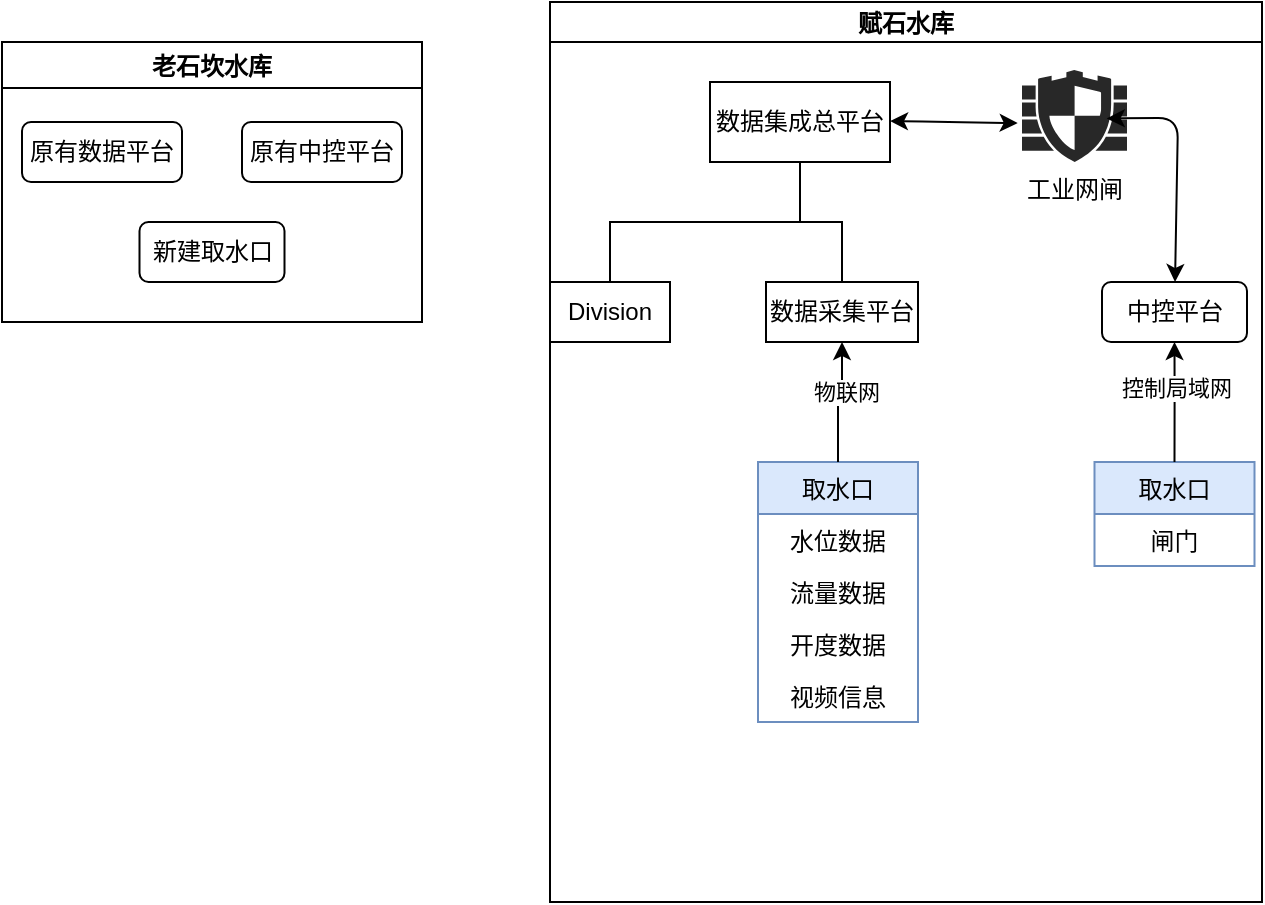
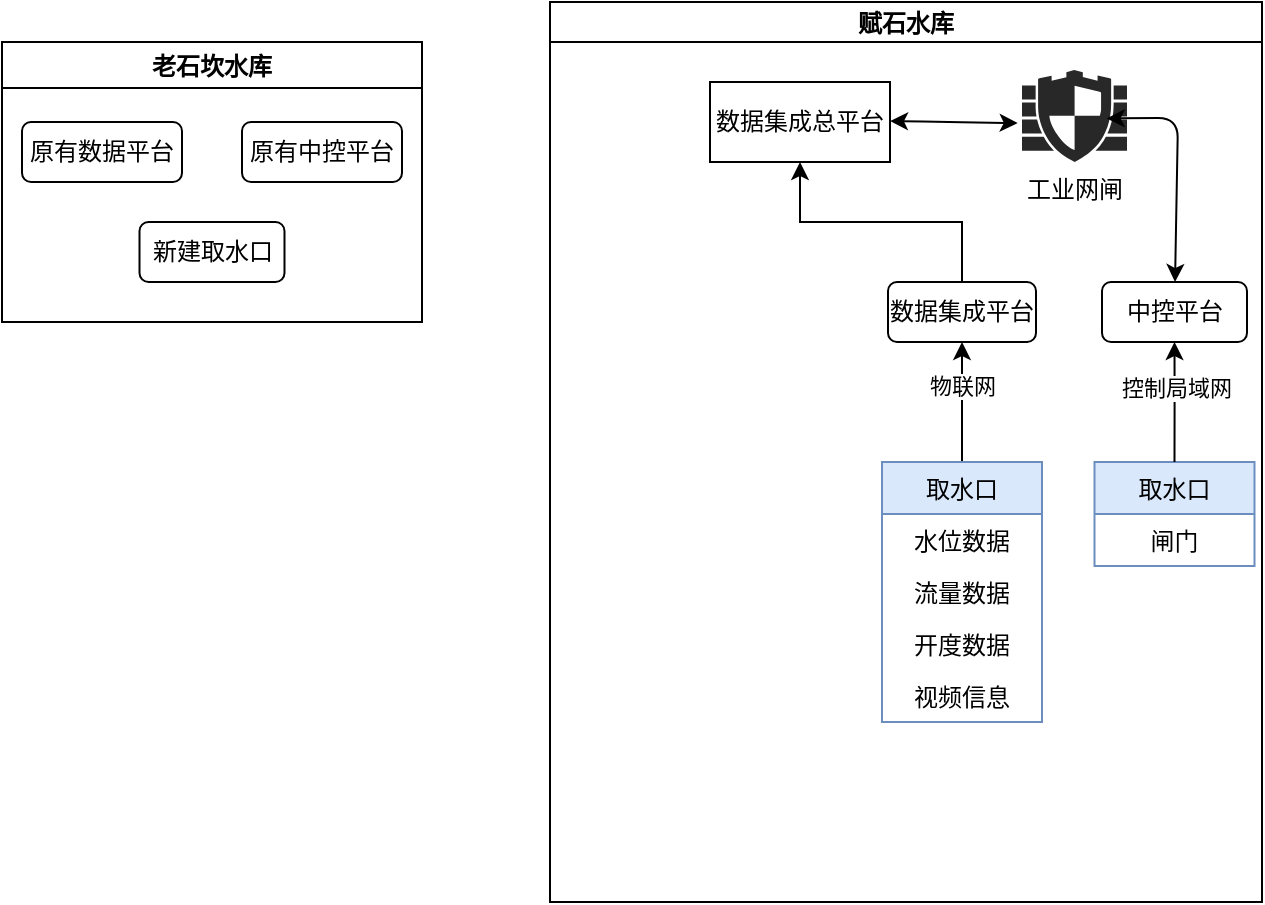
- <mxfile host="app.diagrams.net" modified="2021-09-18T03:13:47.530Z" agent="5.0 (Windows NT 10.0; Win64; x64) AppleWebKit/537.36 (KHTML, like Gecko) Chrome/93.0.4577.82 Safari/537.36 Edg/93.0.961.52" etag="7SJdVoykowonasFxKo0p" version="14.8.0" type="github">
+ <mxfile host="app.diagrams.net" modified="2021-09-18T03:16:21.581Z" agent="5.0 (Windows NT 10.0; Win64; x64) AppleWebKit/537.36 (KHTML, like Gecko) Chrome/93.0.4577.82 Safari/537.36 Edg/93.0.961.52" etag="CAoy0E7nlcjmJ-DG30kB" version="14.8.0" type="github">
  <diagram id="v89iMYd2DjBNGdAJLiYk" name="Page-1">
-     <mxGraphModel dx="920" dy="513" grid="1" gridSize="10" guides="1" tooltips="1" connect="1" arrows="1" fold="1" page="1" pageScale="1" pageWidth="827" pageHeight="1169" math="0" shadow="0">
+     <mxGraphModel dx="652" dy="363" grid="1" gridSize="10" guides="1" tooltips="1" connect="1" arrows="1" fold="1" page="1" pageScale="1" pageWidth="827" pageHeight="1169" math="0" shadow="0">
      <root>
        <mxCell id="0" />
        <mxCell id="1" parent="0" />
        <mxCell id="1meufm5pPCAuNKvldUBH-1" value="老石坎水库" style="swimlane;" parent="1" vertex="1">
          <mxGeometry x="140" y="150" width="210" height="140" as="geometry" />
        </mxCell>
        <mxCell id="1meufm5pPCAuNKvldUBH-3" value="原有数据平台" style="rounded=1;whiteSpace=wrap;html=1;" parent="1meufm5pPCAuNKvldUBH-1" vertex="1">
          <mxGeometry x="10" y="40" width="80" height="30" as="geometry" />
        </mxCell>
        <mxCell id="1meufm5pPCAuNKvldUBH-4" value="原有中控平台" style="rounded=1;whiteSpace=wrap;html=1;" parent="1meufm5pPCAuNKvldUBH-1" vertex="1">
          <mxGeometry x="120" y="40" width="80" height="30" as="geometry" />
        </mxCell>
        <mxCell id="1meufm5pPCAuNKvldUBH-5" value="新建取水口" style="rounded=1;whiteSpace=wrap;html=1;" parent="1meufm5pPCAuNKvldUBH-1" vertex="1">
          <mxGeometry x="68.75" y="90" width="72.5" height="30" as="geometry" />
        </mxCell>
        <mxCell id="1meufm5pPCAuNKvldUBH-6" value="赋石水库" style="swimlane;startSize=20;horizontal=1;containerType=tree;newEdgeStyle={&quot;edgeStyle&quot;:&quot;elbowEdgeStyle&quot;,&quot;startArrow&quot;:&quot;none&quot;,&quot;endArrow&quot;:&quot;none&quot;};" parent="1" vertex="1">
          <mxGeometry x="414" y="130" width="356" height="450" as="geometry" />
        </mxCell>
-         <mxCell id="1meufm5pPCAuNKvldUBH-7" value="" style="edgeStyle=elbowEdgeStyle;elbow=vertical;startArrow=none;endArrow=none;rounded=0;" parent="1meufm5pPCAuNKvldUBH-6" source="1meufm5pPCAuNKvldUBH-9" target="1meufm5pPCAuNKvldUBH-10" edge="1">
-           <mxGeometry relative="1" as="geometry" />
-         </mxCell>
-         <mxCell id="1meufm5pPCAuNKvldUBH-8" value="" style="edgeStyle=elbowEdgeStyle;elbow=vertical;startArrow=none;endArrow=none;rounded=0;" parent="1meufm5pPCAuNKvldUBH-6" source="1meufm5pPCAuNKvldUBH-9" target="1meufm5pPCAuNKvldUBH-11" edge="1">
-           <mxGeometry relative="1" as="geometry" />
-         </mxCell>
        <UserObject label="数据集成总平台" treeRoot="1" id="1meufm5pPCAuNKvldUBH-9">
          <mxCell style="whiteSpace=wrap;html=1;align=center;treeFolding=1;treeMoving=1;newEdgeStyle={&quot;edgeStyle&quot;:&quot;elbowEdgeStyle&quot;,&quot;startArrow&quot;:&quot;none&quot;,&quot;endArrow&quot;:&quot;none&quot;};" parent="1meufm5pPCAuNKvldUBH-6" vertex="1">
            <mxGeometry x="80" y="40" width="90" height="40" as="geometry" />
          </mxCell>
        </UserObject>
-         <mxCell id="1meufm5pPCAuNKvldUBH-10" value="数据采集平台" style="whiteSpace=wrap;html=1;align=center;verticalAlign=middle;treeFolding=1;treeMoving=1;newEdgeStyle={&quot;edgeStyle&quot;:&quot;elbowEdgeStyle&quot;,&quot;startArrow&quot;:&quot;none&quot;,&quot;endArrow&quot;:&quot;none&quot;};" parent="1meufm5pPCAuNKvldUBH-6" vertex="1">
-           <mxGeometry x="108" y="140" width="76" height="30" as="geometry" />
-         </mxCell>
-         <mxCell id="1meufm5pPCAuNKvldUBH-11" value="Division" style="whiteSpace=wrap;html=1;align=center;verticalAlign=middle;treeFolding=1;treeMoving=1;newEdgeStyle={&quot;edgeStyle&quot;:&quot;elbowEdgeStyle&quot;,&quot;startArrow&quot;:&quot;none&quot;,&quot;endArrow&quot;:&quot;none&quot;};" parent="1meufm5pPCAuNKvldUBH-6" vertex="1">
-           <mxGeometry y="140" width="60" height="30" as="geometry" />
-         </mxCell>
        <mxCell id="1meufm5pPCAuNKvldUBH-12" value="中控平台" style="rounded=1;whiteSpace=wrap;html=1;" parent="1meufm5pPCAuNKvldUBH-6" vertex="1">
          <mxGeometry x="276" y="140" width="72.5" height="30" as="geometry" />
        </mxCell>
        <mxCell id="rkCiEfMvTKPaeprXMYrk-26" value="工业网闸" style="verticalLabelPosition=bottom;html=1;fillColor=#282828;strokeColor=none;verticalAlign=top;pointerEvents=1;align=center;shape=mxgraph.cisco_safe.security_icons.ngfw;sketch=0;" vertex="1" parent="1meufm5pPCAuNKvldUBH-6">
          <mxGeometry x="236" y="34" width="52.5" height="46" as="geometry" />
        </mxCell>
        <mxCell id="rkCiEfMvTKPaeprXMYrk-32" value="" style="endArrow=classic;startArrow=classic;html=1;entryX=-0.041;entryY=0.577;entryDx=0;entryDy=0;entryPerimeter=0;" edge="1" parent="1meufm5pPCAuNKvldUBH-6" target="rkCiEfMvTKPaeprXMYrk-26">
          <mxGeometry width="50" height="50" relative="1" as="geometry">
            <mxPoint x="170" y="59.5" as="sourcePoint" />
            <mxPoint x="216" y="40" as="targetPoint" />
            <Array as="points">
              <mxPoint x="196" y="60" />
            </Array>
          </mxGeometry>
        </mxCell>
        <mxCell id="rkCiEfMvTKPaeprXMYrk-33" value="" style="endArrow=classic;startArrow=classic;html=1;jumpSize=6;entryX=0.807;entryY=0.526;entryDx=0;entryDy=0;entryPerimeter=0;" edge="1" parent="1meufm5pPCAuNKvldUBH-6" source="1meufm5pPCAuNKvldUBH-12" target="rkCiEfMvTKPaeprXMYrk-26">
          <mxGeometry width="50" height="50" relative="1" as="geometry">
            <mxPoint x="212.25" y="194.5" as="sourcePoint" />
            <mxPoint x="271" y="100" as="targetPoint" />
            <Array as="points">
              <mxPoint x="314" y="58" />
            </Array>
          </mxGeometry>
        </mxCell>
        <mxCell id="rkCiEfMvTKPaeprXMYrk-6" value="取水口" style="swimlane;fontStyle=0;childLayout=stackLayout;horizontal=1;startSize=26;horizontalStack=0;resizeParent=1;resizeParentMax=0;resizeLast=0;collapsible=1;marginBottom=0;swimlaneLine=1;rounded=0;shadow=0;sketch=0;glass=0;swimlaneFillColor=none;fillColor=#dae8fc;strokeColor=#6c8ebf;" vertex="1" parent="1meufm5pPCAuNKvldUBH-6">
          <mxGeometry x="272.25" y="230" width="80" height="52" as="geometry">
            <mxRectangle x="400" y="410" width="70" height="26" as="alternateBounds" />
          </mxGeometry>
        </mxCell>
        <mxCell id="rkCiEfMvTKPaeprXMYrk-7" value="闸门" style="text;strokeColor=none;fillColor=none;align=center;verticalAlign=top;spacingLeft=4;spacingRight=4;overflow=hidden;rotatable=0;points=[[0,0.5],[1,0.5]];portConstraint=eastwest;" vertex="1" parent="rkCiEfMvTKPaeprXMYrk-6">
          <mxGeometry y="26" width="80" height="26" as="geometry" />
        </mxCell>
        <mxCell id="rkCiEfMvTKPaeprXMYrk-11" value="" style="edgeStyle=orthogonalEdgeStyle;rounded=0;orthogonalLoop=1;jettySize=auto;html=1;exitX=0.5;exitY=0;exitDx=0;exitDy=0;" edge="1" parent="1meufm5pPCAuNKvldUBH-6" source="rkCiEfMvTKPaeprXMYrk-6" target="1meufm5pPCAuNKvldUBH-12">
          <mxGeometry relative="1" as="geometry">
            <Array as="points" />
          </mxGeometry>
        </mxCell>
        <mxCell id="rkCiEfMvTKPaeprXMYrk-13" value="控制局域网" style="edgeLabel;html=1;align=center;verticalAlign=middle;resizable=0;points=[];" vertex="1" connectable="0" parent="rkCiEfMvTKPaeprXMYrk-11">
          <mxGeometry x="0.2444" relative="1" as="geometry">
            <mxPoint as="offset" />
          </mxGeometry>
        </mxCell>
+         <mxCell id="rkCiEfMvTKPaeprXMYrk-67" style="edgeStyle=orthogonalEdgeStyle;rounded=0;orthogonalLoop=1;jettySize=auto;html=1;entryX=0.5;entryY=1;entryDx=0;entryDy=0;" edge="1" parent="1meufm5pPCAuNKvldUBH-6" source="1meufm5pPCAuNKvldUBH-21" target="rkCiEfMvTKPaeprXMYrk-45">
+           <mxGeometry relative="1" as="geometry" />
+         </mxCell>
+         <mxCell id="rkCiEfMvTKPaeprXMYrk-69" value="物联网" style="edgeLabel;html=1;align=center;verticalAlign=middle;resizable=0;points=[];" vertex="1" connectable="0" parent="rkCiEfMvTKPaeprXMYrk-67">
+           <mxGeometry x="0.2649" relative="1" as="geometry">
+             <mxPoint as="offset" />
+           </mxGeometry>
+         </mxCell>
        <mxCell id="1meufm5pPCAuNKvldUBH-21" value="取水口" style="swimlane;fontStyle=0;childLayout=stackLayout;horizontal=1;startSize=26;horizontalStack=0;resizeParent=1;resizeParentMax=0;resizeLast=0;collapsible=1;marginBottom=0;swimlaneLine=1;rounded=0;shadow=0;sketch=0;glass=0;swimlaneFillColor=none;fillColor=#dae8fc;strokeColor=#6c8ebf;" parent="1meufm5pPCAuNKvldUBH-6" vertex="1">
-           <mxGeometry x="104" y="230" width="80" height="130" as="geometry">
+           <mxGeometry x="166" y="230" width="80" height="130" as="geometry">
            <mxRectangle x="400" y="410" width="70" height="26" as="alternateBounds" />
          </mxGeometry>
        </mxCell>
        <mxCell id="1meufm5pPCAuNKvldUBH-22" value="水位数据" style="text;strokeColor=none;fillColor=none;align=center;verticalAlign=top;spacingLeft=4;spacingRight=4;overflow=hidden;rotatable=0;points=[[0,0.5],[1,0.5]];portConstraint=eastwest;" parent="1meufm5pPCAuNKvldUBH-21" vertex="1">
          <mxGeometry y="26" width="80" height="26" as="geometry" />
        </mxCell>
        <mxCell id="1meufm5pPCAuNKvldUBH-23" value="流量数据" style="text;strokeColor=none;fillColor=none;align=center;verticalAlign=top;spacingLeft=4;spacingRight=4;overflow=hidden;rotatable=0;points=[[0,0.5],[1,0.5]];portConstraint=eastwest;" parent="1meufm5pPCAuNKvldUBH-21" vertex="1">
          <mxGeometry y="52" width="80" height="26" as="geometry" />
        </mxCell>
        <mxCell id="1meufm5pPCAuNKvldUBH-24" value="开度数据" style="text;strokeColor=none;fillColor=none;align=center;verticalAlign=top;spacingLeft=4;spacingRight=4;overflow=hidden;rotatable=0;points=[[0,0.5],[1,0.5]];portConstraint=eastwest;" parent="1meufm5pPCAuNKvldUBH-21" vertex="1">
          <mxGeometry y="78" width="80" height="26" as="geometry" />
        </mxCell>
        <mxCell id="rkCiEfMvTKPaeprXMYrk-2" value="视频信息" style="text;strokeColor=none;fillColor=none;align=center;verticalAlign=top;spacingLeft=4;spacingRight=4;overflow=hidden;rotatable=0;points=[[0,0.5],[1,0.5]];portConstraint=eastwest;" vertex="1" parent="1meufm5pPCAuNKvldUBH-21">
          <mxGeometry y="104" width="80" height="26" as="geometry" />
        </mxCell>
-         <mxCell id="rkCiEfMvTKPaeprXMYrk-3" value="" style="edgeStyle=orthogonalEdgeStyle;rounded=0;orthogonalLoop=1;jettySize=auto;html=1;" edge="1" parent="1meufm5pPCAuNKvldUBH-6" source="1meufm5pPCAuNKvldUBH-21" target="1meufm5pPCAuNKvldUBH-10">
+         <mxCell id="rkCiEfMvTKPaeprXMYrk-68" style="edgeStyle=orthogonalEdgeStyle;rounded=0;orthogonalLoop=1;jettySize=auto;html=1;entryX=0.5;entryY=1;entryDx=0;entryDy=0;" edge="1" parent="1meufm5pPCAuNKvldUBH-6" source="rkCiEfMvTKPaeprXMYrk-45" target="1meufm5pPCAuNKvldUBH-9">
          <mxGeometry relative="1" as="geometry" />
        </mxCell>
-         <mxCell id="rkCiEfMvTKPaeprXMYrk-5" value="物联网" style="edgeLabel;html=1;align=center;verticalAlign=middle;resizable=0;points=[];" vertex="1" connectable="0" parent="rkCiEfMvTKPaeprXMYrk-3">
-           <mxGeometry x="0.2111" y="-2" relative="1" as="geometry">
-             <mxPoint as="offset" />
-           </mxGeometry>
+         <mxCell id="rkCiEfMvTKPaeprXMYrk-45" value="数据集成平台" style="rounded=1;whiteSpace=wrap;html=1;" vertex="1" parent="1meufm5pPCAuNKvldUBH-6">
+           <mxGeometry x="169" y="140" width="74" height="30" as="geometry" />
        </mxCell>
      </root>
    </mxGraphModel>
  </diagram>
</mxfile>
